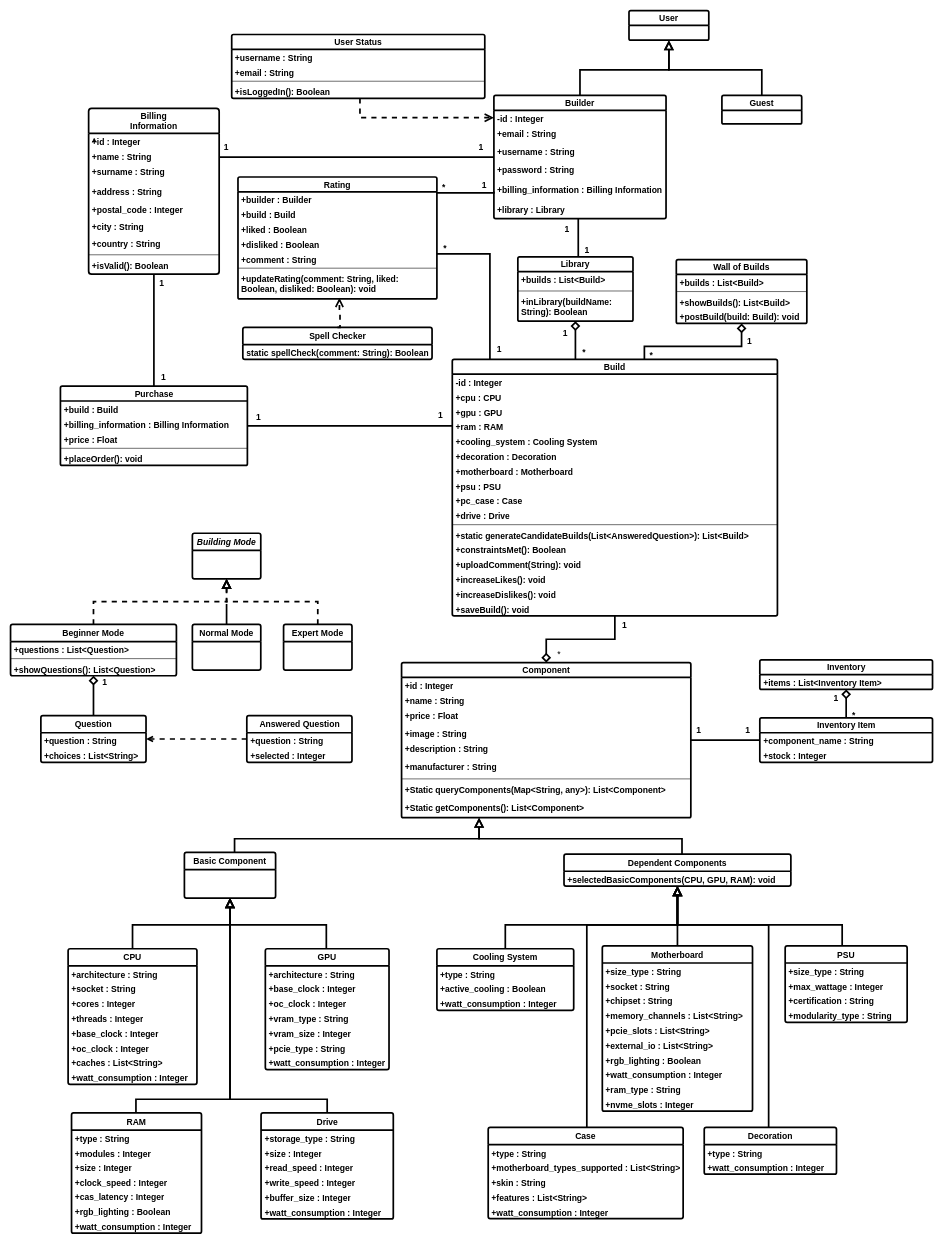
Above: Report Files/3ο Παραδοτέο/Class Diagram v0.1/class_diagram_v0.1.drawio in mpapasterg/click-n-build (draw.io), before the change. Source tidied: cells renumbered, new cells numbered last; positions are measured from the earlier drawing's top-left corner, leaving out a move shared by most shapes. Both pictures are drawn from the tidied source at 57%, with x=0, y=0 at pixel (10, 10).
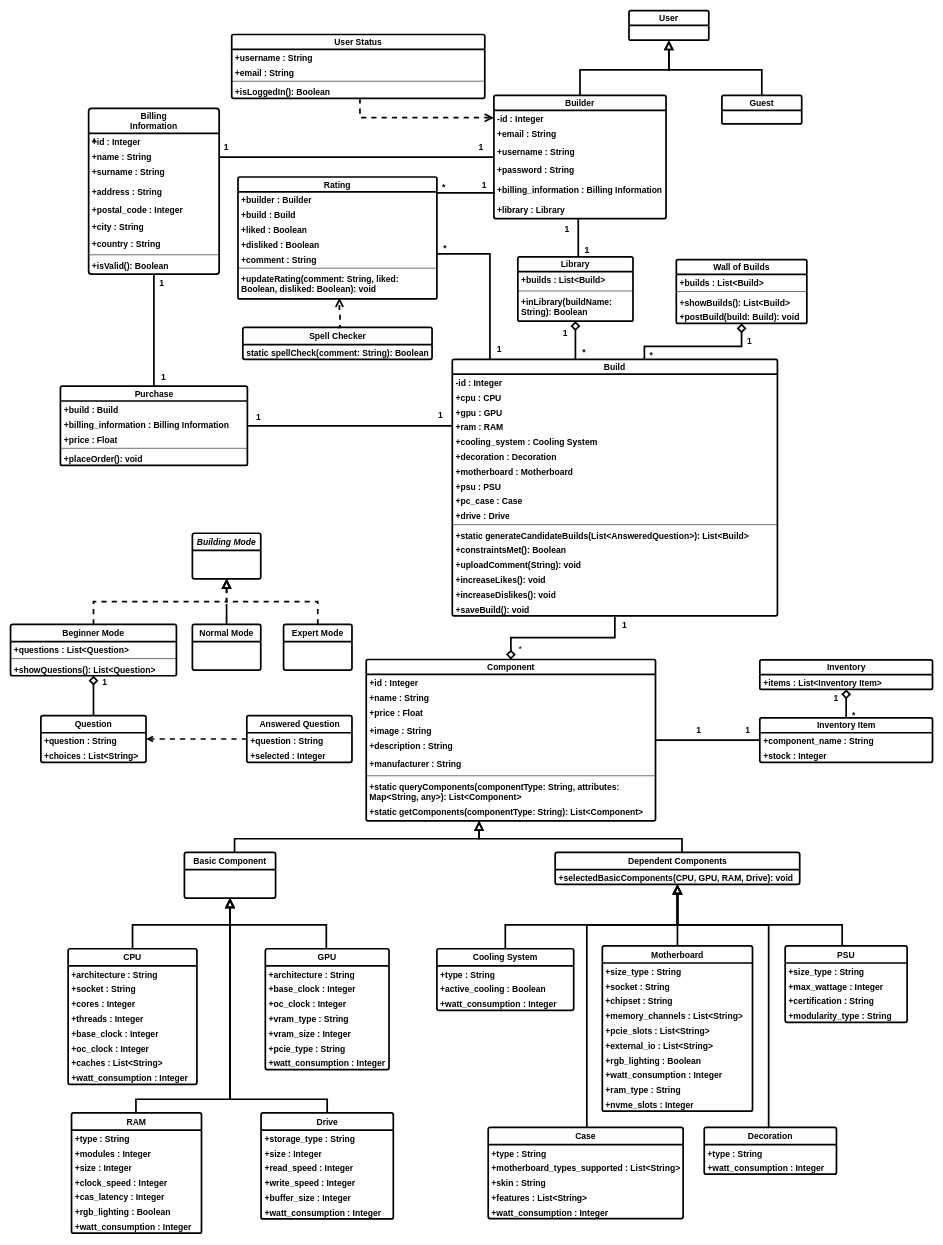
After the change.

Commit message (it also covers changes not shown here):
extracted class diagram as PNG

Diff of the diagram source:
```diff
@@
     <mxCell id="56" value="Component" style="swimlane;fontStyle=1;horizontal=1;startSize=26;fillColor=none;whiteSpace=wrap;html=1;rounded=1;shadow=0;dashed=0;strokeColor=#000000;strokeWidth=3;align=center;verticalAlign=middle;arcSize=4;fontFamily=Helvetica;fontSize=15;fontColor=#000000;labelBorderColor=none;labelBackgroundColor=none;textShadow=0;" parent="1" vertex="1">
-      <mxGeometry x="686" y="1144" width="507.5" height="272" as="geometry" />
+      <mxGeometry x="624" y="1138.5" width="507.5" height="283" as="geometry" />
     </mxCell>
@@
-    <mxCell id="64" value="+Static queryComponents(Map&amp;lt;String, any&amp;gt;): List&amp;lt;Component&amp;gt;" style="text;strokeColor=none;fillColor=none;align=left;verticalAlign=top;spacingLeft=4;spacingRight=4;overflow=hidden;whiteSpace=wrap;html=1;fontFamily=Helvetica;fontSize=15;fontColor=#000000;fontStyle=1;labelBorderColor=none;labelBackgroundColor=none;textShadow=0;" parent="56" vertex="1">
-      <mxGeometry y="208" width="507.5" height="32" as="geometry" />
+    <mxCell id="64" value="+static queryComponents(componentType: String, attributes: Map&amp;lt;String, any&amp;gt;): List&amp;lt;Component&amp;gt;" style="text;strokeColor=none;fillColor=none;align=left;verticalAlign=top;spacingLeft=4;spacingRight=4;overflow=hidden;whiteSpace=wrap;html=1;fontFamily=Helvetica;fontSize=15;fontColor=#000000;fontStyle=1;labelBorderColor=none;labelBackgroundColor=none;textShadow=0;" parent="56" vertex="1">
+      <mxGeometry y="208" width="507.5" height="43" as="geometry" />
     </mxCell>
-    <mxCell id="65" value="+Static getComponents(): List&amp;lt;Component&amp;gt;" style="text;strokeColor=none;fillColor=none;align=left;verticalAlign=top;spacingLeft=4;spacingRight=4;overflow=hidden;whiteSpace=wrap;html=1;fontFamily=Helvetica;fontSize=15;fontColor=#000000;fontStyle=1;labelBorderColor=none;labelBackgroundColor=none;textShadow=0;" parent="56" vertex="1">
-      <mxGeometry y="240" width="507.5" height="32" as="geometry" />
+    <mxCell id="65" value="+static getComponents(componentType: String): List&amp;lt;Component&amp;gt;" style="text;strokeColor=none;fillColor=none;align=left;verticalAlign=top;spacingLeft=4;spacingRight=4;overflow=hidden;whiteSpace=wrap;html=1;fontFamily=Helvetica;fontSize=15;fontColor=#000000;fontStyle=1;labelBorderColor=none;labelBackgroundColor=none;textShadow=0;" parent="56" vertex="1">
+      <mxGeometry y="251" width="507.5" height="32" as="geometry" />
     </mxCell>
@@
     <mxCell id="194" value="Dependent Components" style="swimlane;fontStyle=1;horizontal=1;startSize=30;whiteSpace=wrap;html=1;textShadow=0;labelBorderColor=none;strokeColor=#000000;fontColor=#000000;labelBackgroundColor=none;fillColor=none;fontSize=15;strokeWidth=3;rounded=1;shadow=0;dashed=0;align=center;verticalAlign=middle;arcSize=4;fontFamily=Helvetica;" parent="1" vertex="1">
-      <mxGeometry x="971" y="1480" width="398" height="56" as="geometry" />
+      <mxGeometry x="955.5" y="1477" width="429" height="56" as="geometry" />
     </mxCell>
-    <mxCell id="195" value="+selectedBasicComponents(CPU, GPU, RAM): void" style="text;strokeColor=none;fillColor=none;align=left;verticalAlign=top;spacingLeft=4;spacingRight=4;overflow=hidden;whiteSpace=wrap;html=1;fontFamily=Helvetica;fontSize=15;fontColor=#000000;fontStyle=1;labelBorderColor=none;labelBackgroundColor=none;textShadow=0;" parent="194" vertex="1">
-      <mxGeometry y="30" width="398" height="26" as="geometry" />
+    <mxCell id="195" value="+selectedBasicComponents(CPU, GPU, RAM, Drive): void" style="text;strokeColor=none;fillColor=none;align=left;verticalAlign=top;spacingLeft=4;spacingRight=4;overflow=hidden;whiteSpace=wrap;html=1;fontFamily=Helvetica;fontSize=15;fontColor=#000000;fontStyle=1;labelBorderColor=none;labelBackgroundColor=none;textShadow=0;" parent="194" vertex="1">
+      <mxGeometry y="30" width="429" height="26" as="geometry" />
     </mxCell>
     <mxCell id="196" value="*" style="edgeLabel;html=1;align=center;verticalAlign=middle;fontSize=15;labelBackgroundColor=none;textShadow=0;labelBorderColor=none;fontColor=#000000;fontStyle=0;" parent="1" vertex="1">
-      <mxGeometry x="986" y="1124" as="geometry">
+      <mxGeometry x="918" y="1114" as="geometry">
         <mxPoint x="-25" y="4" as="offset" />
       </mxGeometry>
     </mxCell>
```
